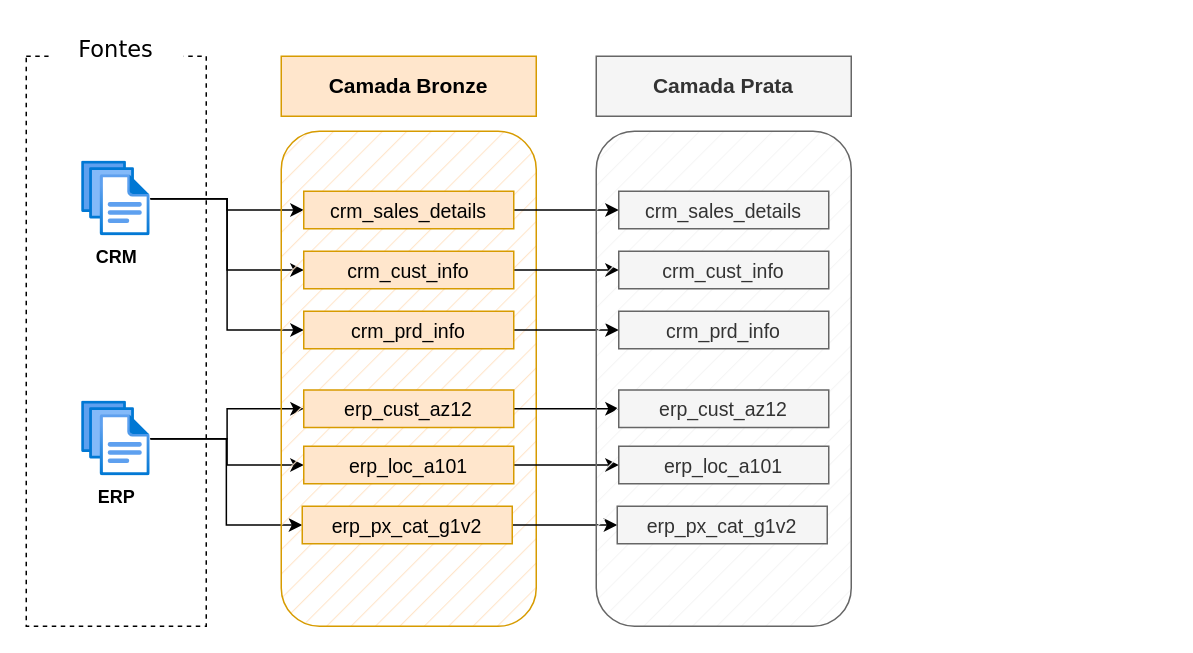
Earlier version of the draw.io diagram docs/diagrama_data_flow.drawio (Santiago956/SQL_Server_Data_Warehouse). Source tidied: cells renumbered, new cells numbered last; positions are measured from the earlier drawing's top-left corner, leaving out a move shared by most shapes. Both pictures are drawn from the tidied source at 150%, with x=0, y=0 at pixel (26, 26).
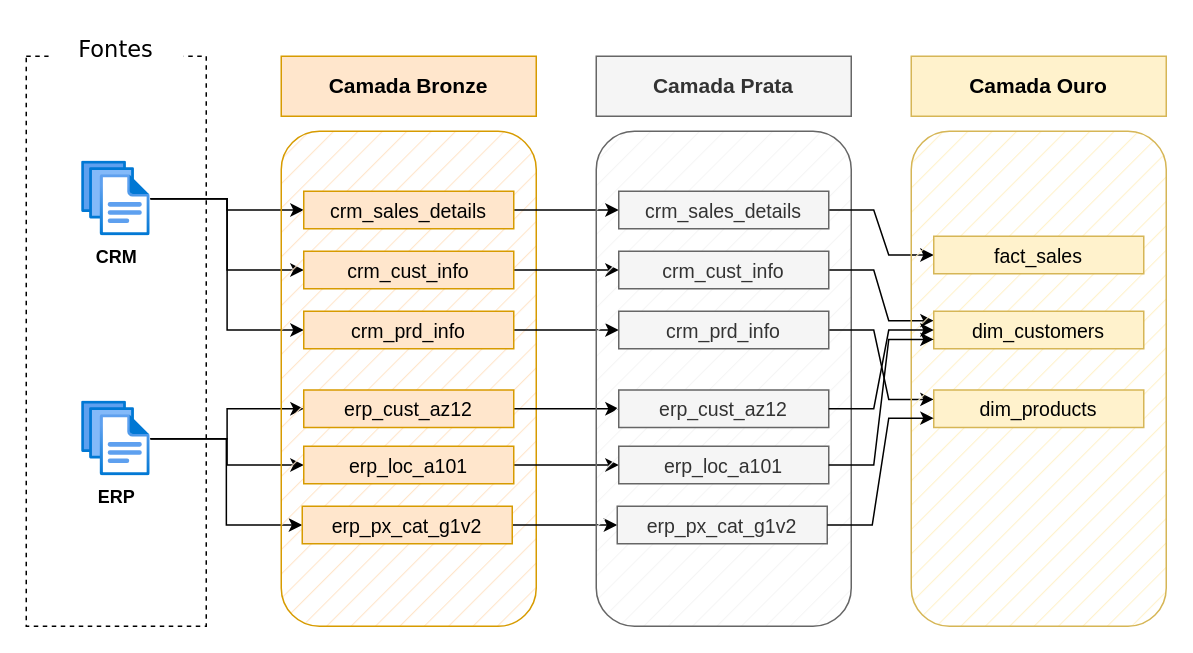
Above is the later version.

Commit message (it also covers changes not shown here):
Camada Ouro: Criação de views e modelagem star-schema + validações e documentação

Unchanged cells that the change refers to:
```xml
<mxCell id="28" value="&lt;font style=&quot;font-size: 13px;&quot;&gt;crm_sales_details&lt;/font&gt;" style="rounded=0;whiteSpace=wrap;html=1;fillColor=#f5f5f5;strokeColor=#666666;fontColor=#333333;" parent="1" vertex="1">
  <mxGeometry x="395" y="110" width="140" height="25" as="geometry" />
</mxCell>
<mxCell id="29" value="&lt;font style=&quot;font-size: 13px;&quot;&gt;crm_cust_info&lt;/font&gt;" style="rounded=0;whiteSpace=wrap;html=1;fillColor=#f5f5f5;strokeColor=#666666;fontColor=#333333;" parent="1" vertex="1">
  <mxGeometry x="395" y="150" width="140" height="25" as="geometry" />
</mxCell>
<mxCell id="30" value="&lt;font style=&quot;font-size: 13px;&quot;&gt;crm_prd_info&lt;/font&gt;" style="rounded=0;whiteSpace=wrap;html=1;fillColor=#f5f5f5;strokeColor=#666666;fontColor=#333333;" parent="1" vertex="1">
  <mxGeometry x="395" y="190" width="140" height="25" as="geometry" />
</mxCell>
<mxCell id="31" value="&lt;font style=&quot;font-size: 13px;&quot;&gt;erp_cust_az12&lt;/font&gt;" style="rounded=0;whiteSpace=wrap;html=1;fillColor=#f5f5f5;strokeColor=#666666;fontColor=#333333;" parent="1" vertex="1">
  <mxGeometry x="395" y="242.5" width="140" height="25" as="geometry" />
</mxCell>
<mxCell id="32" value="&lt;font style=&quot;font-size: 13px;&quot;&gt;erp_loc_a101&lt;/font&gt;" style="rounded=0;whiteSpace=wrap;html=1;fillColor=#f5f5f5;strokeColor=#666666;fontColor=#333333;" parent="1" vertex="1">
  <mxGeometry x="395" y="280" width="140" height="25" as="geometry" />
</mxCell>
<mxCell id="33" value="&lt;font style=&quot;font-size: 13px;&quot;&gt;erp_px_cat_g1v2&lt;/font&gt;" style="rounded=0;whiteSpace=wrap;html=1;fillColor=#f5f5f5;strokeColor=#666666;fontColor=#333333;" parent="1" vertex="1">
  <mxGeometry x="394" y="320" width="140" height="25" as="geometry" />
</mxCell>
```

The edit, as a diff of the source:
```diff
@@
+    <mxCell id="34" style="edgeStyle=entityRelationEdgeStyle;rounded=0;jettySize=auto;html=1;exitX=1;exitY=0.5;exitDx=0;exitDy=0;entryX=0;entryY=0.5;entryDx=0;entryDy=0;" parent="1" edge="1" source="28" target="39">
+      <mxGeometry relative="1" as="geometry" />
+    </mxCell>
@@
+    <mxCell id="35" style="edgeStyle=entityRelationEdgeStyle;rounded=0;jettySize=auto;html=1;exitX=1;exitY=0.5;exitDx=0;exitDy=0;entryX=0;entryY=0.25;entryDx=0;entryDy=0;" parent="1" edge="1" source="29" target="41">
+      <mxGeometry relative="1" as="geometry" />
+    </mxCell>
@@
+    <mxCell id="36" style="edgeStyle=entityRelationEdgeStyle;rounded=0;jettySize=auto;html=1;exitX=1;exitY=0.5;exitDx=0;exitDy=0;entryX=0;entryY=0.25;entryDx=0;entryDy=0;" parent="1" edge="1" source="30" target="40">
+      <mxGeometry relative="1" as="geometry" />
+    </mxCell>
@@
+    <mxCell id="37" style="rounded=1;whiteSpace=wrap;html=1;fillColor=#fff2cc;strokeColor=#d6b656;fillStyle=hatch;" parent="1" vertex="1">
+      <mxGeometry x="590" y="70" width="170" height="330" as="geometry" />
+    </mxCell>
+    <mxCell id="38" value="&lt;b&gt;&lt;font style=&quot;font-size: 14px;&quot;&gt;Camada Ouro&lt;/font&gt;&lt;/b&gt;" style="rounded=0;whiteSpace=wrap;html=1;fillColor=#fff2cc;strokeColor=#d6b656;" parent="1" vertex="1">
+      <mxGeometry x="590" y="20" width="170" height="40" as="geometry" />
+    </mxCell>
+    <mxCell id="39" value="&lt;font style=&quot;font-size: 13px;&quot;&gt;fact_sales&lt;/font&gt;" style="rounded=0;whiteSpace=wrap;html=1;fillColor=#fff2cc;strokeColor=#d6b656;" parent="1" vertex="1">
+      <mxGeometry x="605" y="140" width="140" height="25" as="geometry" />
+    </mxCell>
+    <mxCell id="40" value="&lt;font style=&quot;font-size: 13px;&quot;&gt;dim_products&lt;/font&gt;" style="rounded=0;whiteSpace=wrap;html=1;fillColor=#fff2cc;strokeColor=#d6b656;" parent="1" vertex="1">
+      <mxGeometry x="605" y="242.5" width="140" height="25" as="geometry" />
+    </mxCell>
+    <mxCell id="41" value="&lt;font style=&quot;font-size: 13px;&quot;&gt;dim_customers&lt;/font&gt;" style="rounded=0;whiteSpace=wrap;html=1;fillColor=#fff2cc;strokeColor=#d6b656;" parent="1" vertex="1">
+      <mxGeometry x="605" y="190" width="140" height="25" as="geometry" />
+    </mxCell>
+    <mxCell id="42" style="edgeStyle=entityRelationEdgeStyle;rounded=0;jettySize=auto;html=1;exitX=1;exitY=0.5;exitDx=0;exitDy=0;entryX=0;entryY=0.5;entryDx=0;entryDy=0;elbow=vertical;" parent="1" edge="1" source="31" target="41">
+      <mxGeometry relative="1" as="geometry" />
+    </mxCell>
+    <mxCell id="43" style="edgeStyle=entityRelationEdgeStyle;rounded=0;jettySize=auto;html=1;exitX=1;exitY=0.5;exitDx=0;exitDy=0;entryX=0;entryY=0.75;entryDx=0;entryDy=0;" parent="1" edge="1" source="33" target="40">
+      <mxGeometry relative="1" as="geometry" />
+    </mxCell>
+    <mxCell id="44" style="edgeStyle=entityRelationEdgeStyle;rounded=0;jettySize=auto;html=1;exitX=1;exitY=0.5;exitDx=0;exitDy=0;entryX=0;entryY=0.75;entryDx=0;entryDy=0;" parent="1" edge="1" source="32" target="41">
+      <mxGeometry relative="1" as="geometry" />
+    </mxCell>
```
